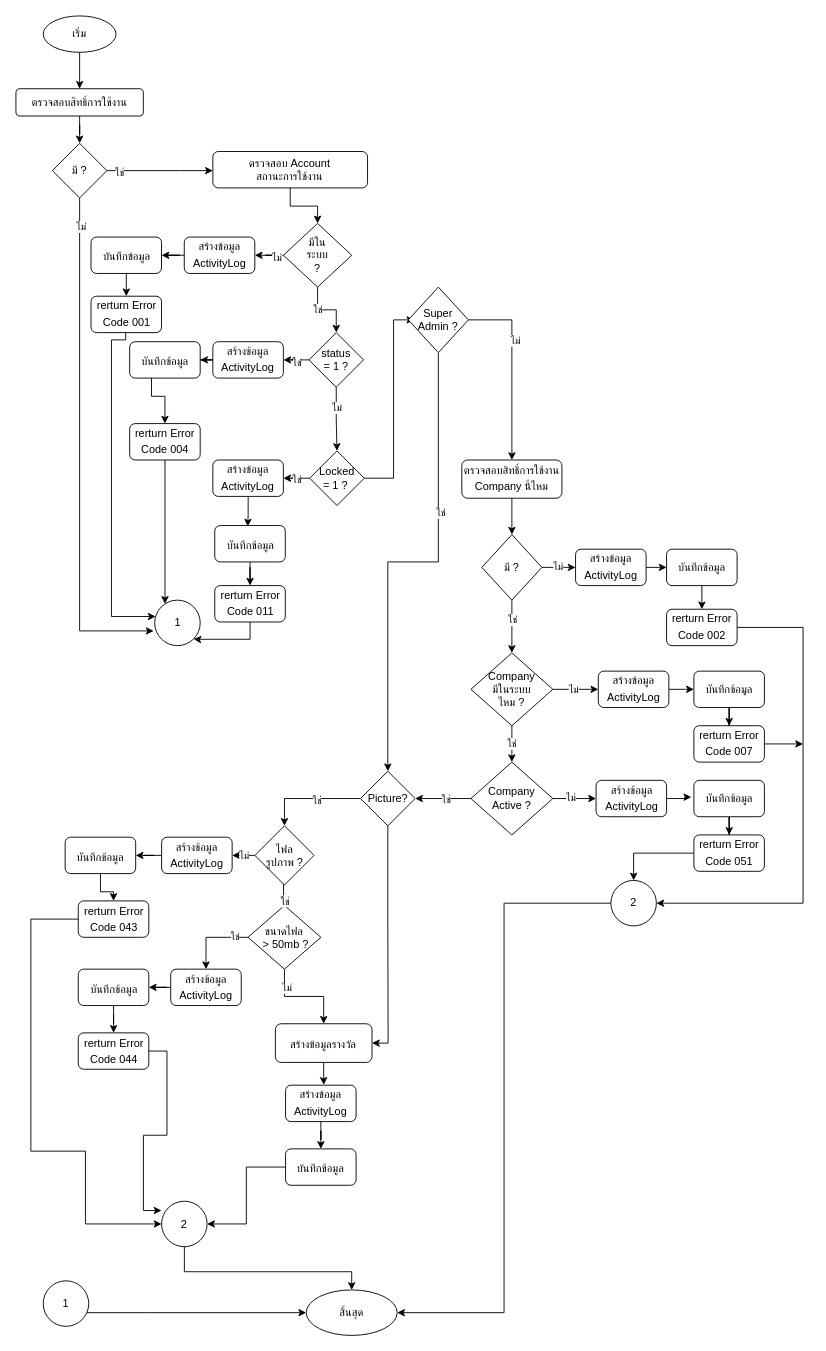
charifrodmanee/charifrodmanee keeps this draw.io diagram as page "หน้า-3" (3 of 4) of ImpotantFinancialInfo.drawio. Above is the earlier version. Source tidied: cells renumbered, new cells numbered last; positions are measured from the earlier drawing's top-left corner, leaving out a move shared by most shapes. Both pictures are drawn from the tidied source at 91%, with x=0, y=0 at pixel (15, 15).
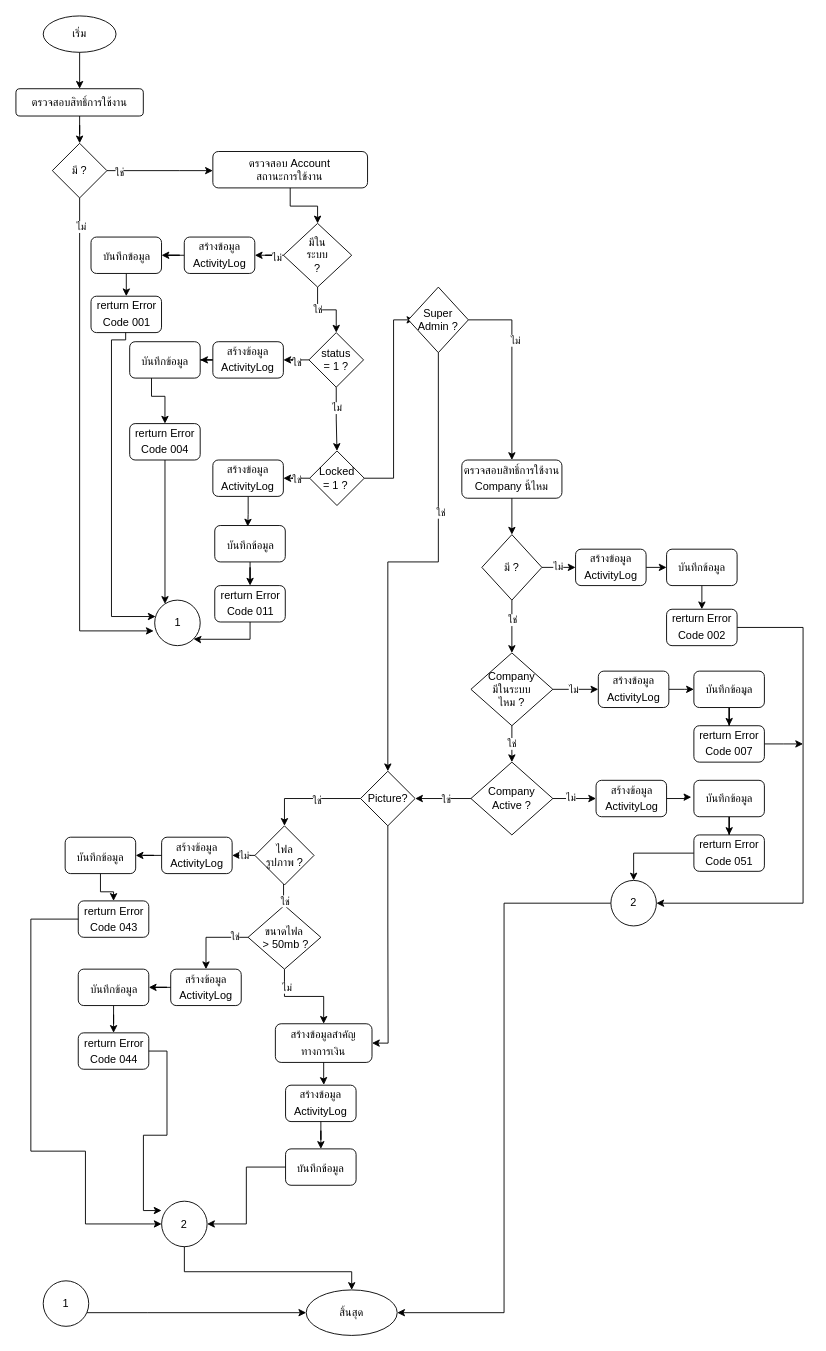
The same diagram, later.

Unchanged cells that the change refers to:
```xml
<mxCell id="92" style="group;" parent="91" vertex="1">
  <mxGeometry x="273.7" y="217.5" width="96.2" height="177.5" as="geometry" />
</mxCell>
```

What changed in the source:
```diff
@@
-    <mxCell id="93" value="สร้างข้อมูลรางวัล&lt;span style=&quot;font-size: medium; text-align: start;&quot;&gt;&lt;/span&gt;" style="rounded=1;whiteSpace=wrap;html=1;" parent="92" vertex="1">
+    <mxCell id="93" value="สร้างข้อมูลสำคัญทางการเงิน&lt;span style=&quot;font-size: medium; text-align: start;&quot;&gt;&lt;/span&gt;" style="rounded=1;whiteSpace=wrap;html=1;" parent="92" vertex="1">
       <mxGeometry x="-5" width="106.2" height="42.5" as="geometry" />
     </mxCell>
```
